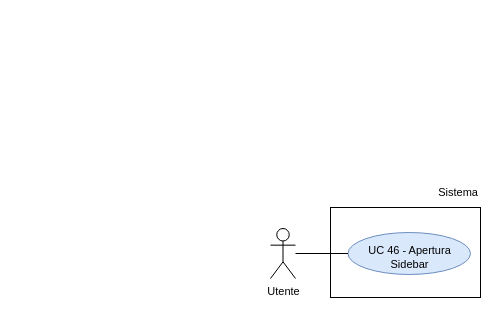
This is RTB/doc_esterna/analisi-dei-requisiti/assets/draw.io/UC46.drawio from thebitless-group-swe/thebitless.github.io, a draw.io file, before an edit. Source tidied: cells renumbered, new cells numbered last; positions are measured from the earlier drawing's top-left corner, leaving out a move shared by most shapes. Both pictures are drawn from the tidied source at 100%, with x=0, y=0 at pixel (270, 177).
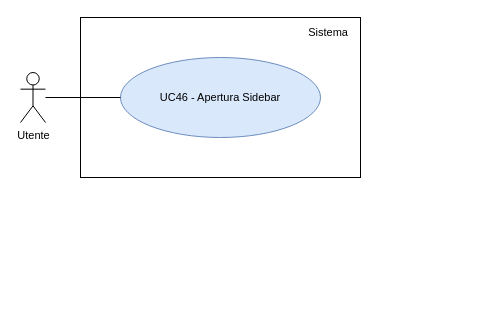
Above is the later version.

The edit, as a diff of the source:
```diff
@@
 <mxGraphModel>
   <root>
     <mxCell id="0" />
     <mxCell id="1" parent="0" />
     <mxCell id="2" value="Utente" style="shape=umlActor;verticalLabelPosition=bottom;verticalAlign=top;html=1;outlineConnect=0;fontSize=11;" parent="1" vertex="1">
-      <mxGeometry y="51" width="25" height="50" as="geometry" />
+      <mxGeometry x="-250" y="-105" width="25" height="50" as="geometry" />
     </mxCell>
-    <mxCell id="3" style="rounded=0;whiteSpace=wrap;html=1;strokeWidth=1;" parent="1" vertex="1">
-      <mxGeometry x="60" y="30" width="150" height="90" as="geometry" />
-    </mxCell>
+    <mxCell id="8" style="rounded=0;whiteSpace=wrap;html=1;strokeWidth=1;" parent="1" vertex="1">
+      <mxGeometry x="-190" y="-160" width="280" height="160" as="geometry" />
+    </mxCell>
     <mxCell id="4" value="Sistema" style="text;html=1;whiteSpace=wrap;strokeColor=none;fillColor=none;align=right;verticalAlign=middle;fontSize=11;" parent="1" vertex="1">
-      <mxGeometry x="150" width="60" height="30" as="geometry" />
+      <mxGeometry x="10" y="-155" width="70" height="20" as="geometry" />
     </mxCell>
-    <mxCell id="5" value="UC 46 - Apertura Sidebar" style="ellipse;whiteSpace=wrap;html=1;fillColor=#dae8fc;strokeColor=#6c8ebf;fontSize=11;spacingBottom=-7;" parent="1" vertex="1">
-      <mxGeometry x="77.5" y="55" width="122.5" height="42" as="geometry" />
-    </mxCell>
-    <mxCell id="6" style="edgeStyle=none;rounded=0;jettySize=auto;html=1;endArrow=none;endFill=0;" parent="1" edge="1" source="2" target="5">
-      <mxGeometry relative="1" as="geometry" />
-    </mxCell>
-    <mxCell id="7" style="edgeStyle=orthogonalEdgeStyle;rounded=0;orthogonalLoop=1;jettySize=auto;html=1;exitX=0.5;exitY=1;exitDx=0;exitDy=0;" parent="1" edge="1" source="4" target="4">
-      <mxGeometry relative="1" as="geometry" />
-    </mxCell>
+    <mxCell id="9" value="UC46 - Apertura Sidebar" style="ellipse;whiteSpace=wrap;html=1;fillColor=#dae8fc;strokeColor=#6c8ebf;fontSize=11;" parent="1" vertex="1">
+      <mxGeometry x="-150" y="-120" width="200" height="80" as="geometry" />
+    </mxCell>
+    <mxCell id="10" style="edgeStyle=none;rounded=0;jettySize=auto;html=1;endArrow=none;endFill=0;" parent="1" edge="1" source="2" target="9">
+      <mxGeometry relative="1" as="geometry" />
+    </mxCell>
   </root>
 </mxGraphModel>
```
